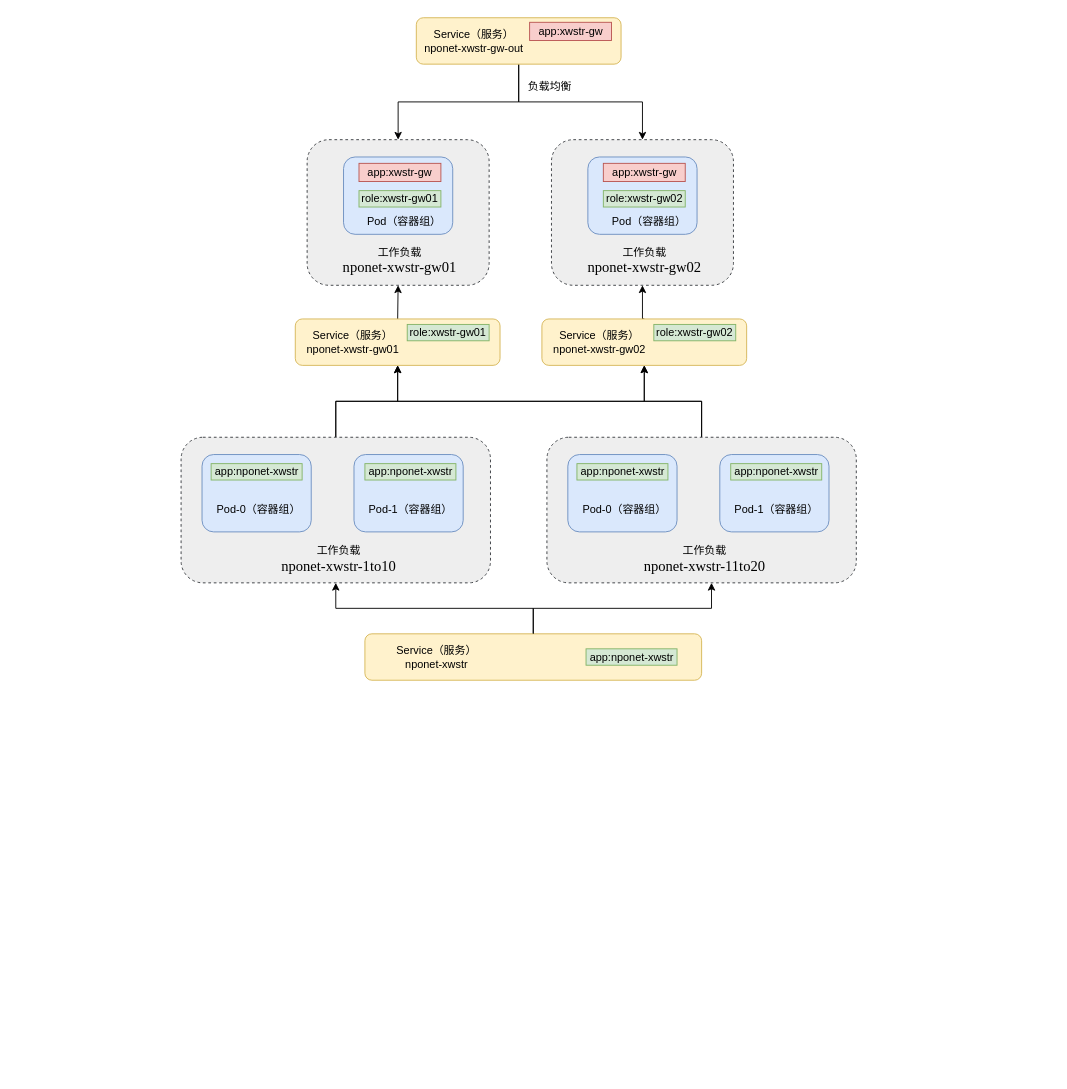
Before: page "近极轨卫星导航电文生成软件" (13 of 24) of xw实体模块（软件）部署.drawio in LingClassmate/diagrams, a draw.io diagram. Source tidied: cells renumbered, new cells numbered last; positions are measured from the earlier drawing's top-left corner, leaving out a move shared by most shapes. Both pictures are drawn from the tidied source at 91%, with x=0, y=0 at pixel (181, 17).
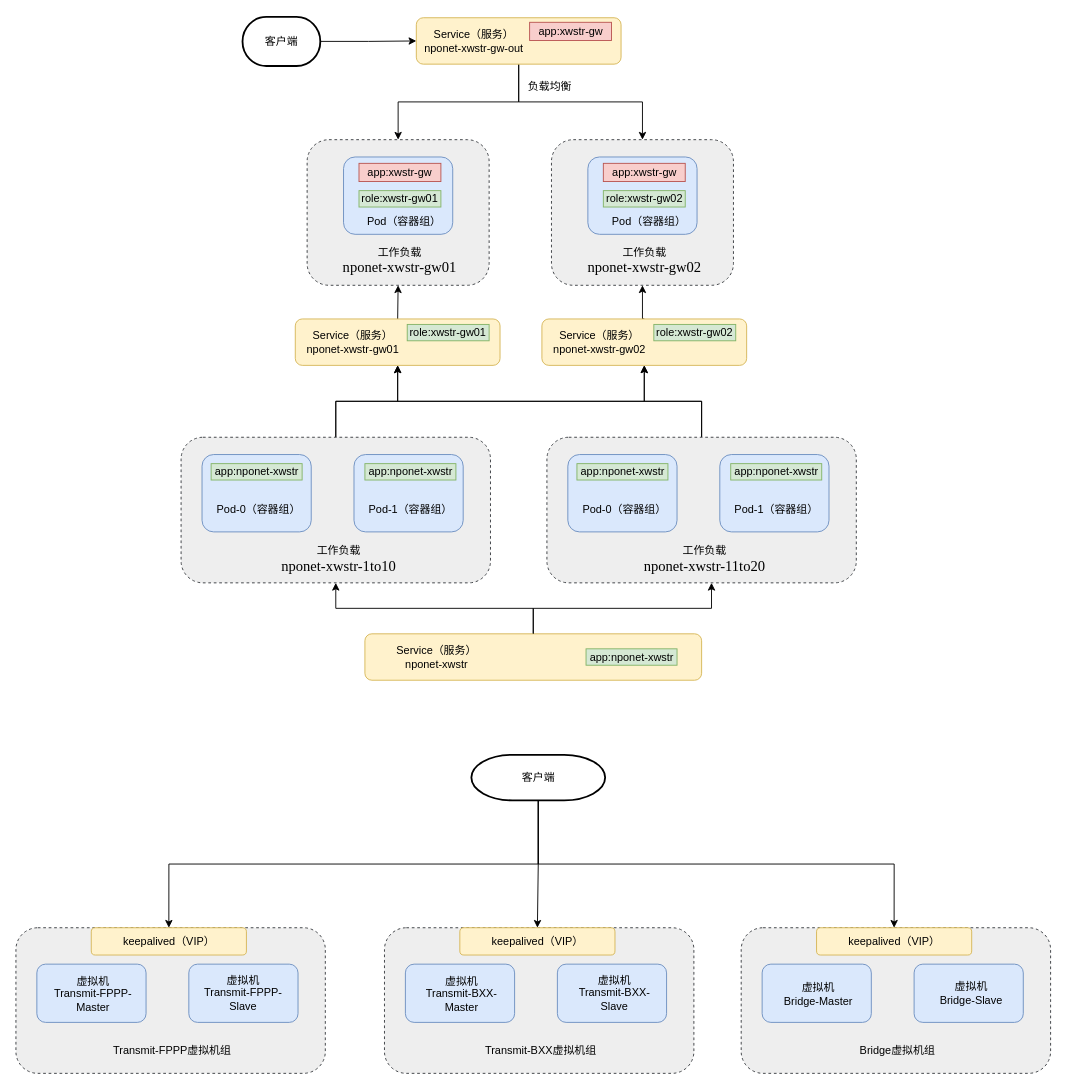
The same page after the edit.

Commit message (it also covers changes not shown here):
更新xw实体模块（软件）部署.drawio

Unchanged cells that the change refers to:
```xml
<mxCell id="8" style="rounded=1;whiteSpace=wrap;html=1;fillColor=#fff2cc;strokeColor=#d6b656;" parent="1" vertex="1">
  <mxGeometry x="258" width="225" height="51" as="geometry" />
</mxCell>
```

What changed in the source:
```diff
@@
+    <mxCell id="53" style="rounded=1;whiteSpace=wrap;html=1;dashed=1;fillColor=#eeeeee;strokeColor=#36393d;" parent="1" vertex="1">
+      <mxGeometry x="-182" y="1000" width="340" height="160" as="geometry" />
+    </mxCell>
+    <mxCell id="54" style="rounded=1;whiteSpace=wrap;html=1;fillColor=#dae8fc;strokeColor=#6c8ebf;" parent="1" vertex="1">
+      <mxGeometry x="-159" y="1040" width="120" height="64" as="geometry" />
+    </mxCell>
+    <mxCell id="55" value="Transmit-FPPP虚拟机组" style="text;html=1;align=center;verticalAlign=middle;whiteSpace=wrap;rounded=0;" parent="1" vertex="1">
+      <mxGeometry x="-125" y="1120" width="230" height="30" as="geometry" />
+    </mxCell>
+    <mxCell id="56" value="虚拟机&lt;br&gt;Transmit-FPPP-Master" style="text;html=1;align=center;verticalAlign=middle;whiteSpace=wrap;rounded=0;" parent="1" vertex="1">
+      <mxGeometry x="-147" y="1050" width="100" height="45" as="geometry" />
+    </mxCell>
+    <mxCell id="57" style="rounded=1;whiteSpace=wrap;html=1;fillColor=#dae8fc;strokeColor=#6c8ebf;" parent="1" vertex="1">
+      <mxGeometry x="8" y="1040" width="120" height="64" as="geometry" />
+    </mxCell>
+    <mxCell id="58" value="虚拟机&lt;br&gt;Transmit-FPPP-Slave" style="text;html=1;align=center;verticalAlign=middle;whiteSpace=wrap;rounded=0;" parent="1" vertex="1">
+      <mxGeometry x="18" y="1049.5" width="100" height="45" as="geometry" />
+    </mxCell>
+    <mxCell id="59" value="keepalived（VIP）" style="rounded=1;whiteSpace=wrap;html=1;fillColor=#fff2cc;strokeColor=#d6b656;" parent="1" vertex="1">
+      <mxGeometry x="-99.2" y="1000" width="170.5" height="30" as="geometry" />
+    </mxCell>
+    <mxCell id="60" style="rounded=1;whiteSpace=wrap;html=1;dashed=1;fillColor=#eeeeee;strokeColor=#36393d;" parent="1" vertex="1">
+      <mxGeometry x="223" y="1000" width="340" height="160" as="geometry" />
+    </mxCell>
+    <mxCell id="61" style="rounded=1;whiteSpace=wrap;html=1;fillColor=#dae8fc;strokeColor=#6c8ebf;" parent="1" vertex="1">
+      <mxGeometry x="246" y="1040" width="120" height="64" as="geometry" />
+    </mxCell>
+    <mxCell id="62" value="Transmit-BXX虚拟机组" style="text;html=1;align=center;verticalAlign=middle;whiteSpace=wrap;rounded=0;" parent="1" vertex="1">
+      <mxGeometry x="280" y="1120" width="230" height="30" as="geometry" />
+    </mxCell>
+    <mxCell id="63" value="虚拟机&lt;br&gt;Transmit-BXX-Master" style="text;html=1;align=center;verticalAlign=middle;whiteSpace=wrap;rounded=0;" parent="1" vertex="1">
+      <mxGeometry x="258" y="1050" width="100" height="45" as="geometry" />
+    </mxCell>
+    <mxCell id="64" style="rounded=1;whiteSpace=wrap;html=1;fillColor=#dae8fc;strokeColor=#6c8ebf;" parent="1" vertex="1">
+      <mxGeometry x="413" y="1040" width="120" height="64" as="geometry" />
+    </mxCell>
+    <mxCell id="65" value="keepalived（VIP）" style="rounded=1;whiteSpace=wrap;html=1;fillColor=#fff2cc;strokeColor=#d6b656;" parent="1" vertex="1">
+      <mxGeometry x="305.8" y="1000" width="170.5" height="30" as="geometry" />
+    </mxCell>
+    <mxCell id="66" value="虚拟机&lt;br&gt;Transmit-BXX-Slave" style="text;html=1;align=center;verticalAlign=middle;whiteSpace=wrap;rounded=0;" parent="1" vertex="1">
+      <mxGeometry x="425.5" y="1049.5" width="100" height="45" as="geometry" />
+    </mxCell>
+    <mxCell id="67" style="rounded=1;whiteSpace=wrap;html=1;dashed=1;fillColor=#eeeeee;strokeColor=#36393d;" parent="1" vertex="1">
+      <mxGeometry x="615" y="1000" width="340" height="160" as="geometry" />
+    </mxCell>
+    <mxCell id="68" style="rounded=1;whiteSpace=wrap;html=1;fillColor=#dae8fc;strokeColor=#6c8ebf;" parent="1" vertex="1">
+      <mxGeometry x="638" y="1040" width="120" height="64" as="geometry" />
+    </mxCell>
+    <mxCell id="69" value="Bridge虚拟机组" style="text;html=1;align=center;verticalAlign=middle;whiteSpace=wrap;rounded=0;" parent="1" vertex="1">
+      <mxGeometry x="672" y="1120" width="230" height="30" as="geometry" />
+    </mxCell>
+    <mxCell id="70" value="虚拟机&lt;br&gt;Bridge-Master" style="text;html=1;align=center;verticalAlign=middle;whiteSpace=wrap;rounded=0;" parent="1" vertex="1">
+      <mxGeometry x="650" y="1050" width="100" height="45" as="geometry" />
+    </mxCell>
+    <mxCell id="71" style="rounded=1;whiteSpace=wrap;html=1;fillColor=#dae8fc;strokeColor=#6c8ebf;" parent="1" vertex="1">
+      <mxGeometry x="805" y="1040" width="120" height="64" as="geometry" />
+    </mxCell>
+    <mxCell id="72" value="keepalived（VIP）" style="rounded=1;whiteSpace=wrap;html=1;fillColor=#fff2cc;strokeColor=#d6b656;" parent="1" vertex="1">
+      <mxGeometry x="697.8" y="1000" width="170.5" height="30" as="geometry" />
+    </mxCell>
+    <mxCell id="73" value="虚拟机&lt;br&gt;Bridge-Slave" style="text;html=1;align=center;verticalAlign=middle;whiteSpace=wrap;rounded=0;" parent="1" vertex="1">
+      <mxGeometry x="817.5" y="1049.5" width="100" height="45" as="geometry" />
+    </mxCell>
+    <mxCell id="74" style="edgeStyle=orthogonalEdgeStyle;rounded=0;jettySize=auto;html=1;exitX=1;exitY=0.5;exitDx=0;exitDy=0;exitPerimeter=0;entryX=0;entryY=0.5;entryDx=0;entryDy=0;" parent="1" edge="1" source="75" target="8">
+      <mxGeometry relative="1" as="geometry" />
+    </mxCell>
+    <mxCell id="75" value="客户端" style="strokeWidth=2;html=1;shape=mxgraph.flowchart.terminator;whiteSpace=wrap;" parent="1" vertex="1">
+      <mxGeometry x="67" y="-1" width="85.5" height="54" as="geometry" />
+    </mxCell>
+    <mxCell id="76" style="edgeStyle=orthogonalEdgeStyle;rounded=0;jettySize=auto;html=1;exitX=0.5;exitY=1;exitDx=0;exitDy=0;exitPerimeter=0;entryX=0.5;entryY=0;entryDx=0;entryDy=0;" parent="1" edge="1" source="79" target="59">
+      <mxGeometry relative="1" as="geometry" />
+    </mxCell>
+    <mxCell id="77" style="edgeStyle=orthogonalEdgeStyle;rounded=0;jettySize=auto;html=1;exitX=0.5;exitY=1;exitDx=0;exitDy=0;exitPerimeter=0;entryX=0.5;entryY=0;entryDx=0;entryDy=0;" parent="1" edge="1" source="79" target="65">
+      <mxGeometry relative="1" as="geometry" />
+    </mxCell>
+    <mxCell id="78" style="edgeStyle=orthogonalEdgeStyle;rounded=0;jettySize=auto;html=1;exitX=0.5;exitY=1;exitDx=0;exitDy=0;exitPerimeter=0;entryX=0.5;entryY=0;entryDx=0;entryDy=0;" parent="1" edge="1" source="79" target="72">
+      <mxGeometry relative="1" as="geometry" />
+    </mxCell>
+    <mxCell id="79" value="客户端" style="strokeWidth=2;html=1;shape=mxgraph.flowchart.terminator;whiteSpace=wrap;" parent="1" vertex="1">
+      <mxGeometry x="318.5" y="810" width="147" height="50" as="geometry" />
+    </mxCell>
```
